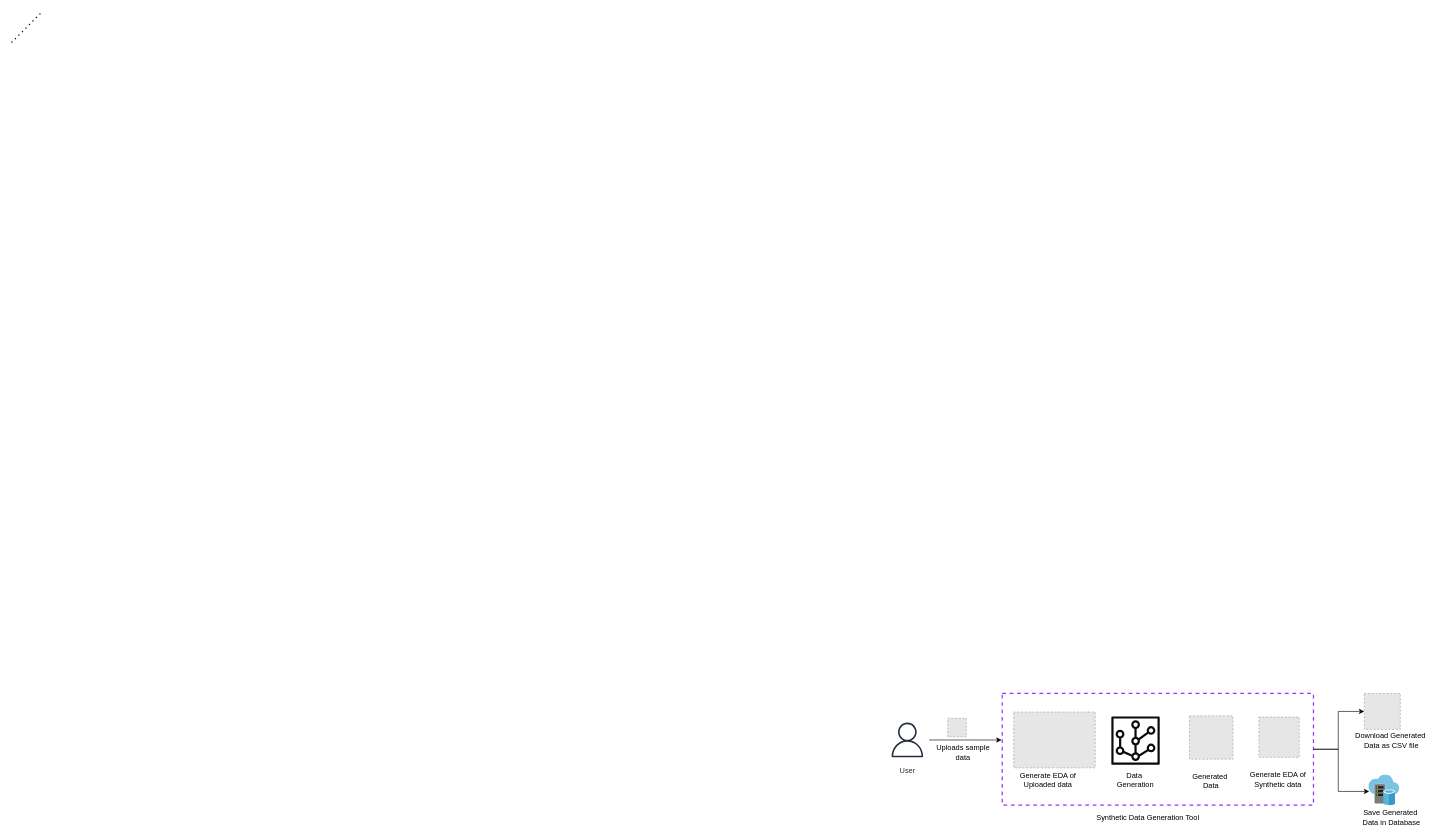
Earlier version of the draw.io diagram User_journey_flow.drawio (vadramson/Drawings). Source tidied: cells renumbered, new cells numbered last; positions are measured from the earlier drawing's top-left corner, leaving out a move shared by most shapes. Both pictures are drawn from the tidied source at 62%, with x=0, y=0 at pixel (11, 11). Pictures stored in the file or linked from it are replaced by grey dashed boxes.
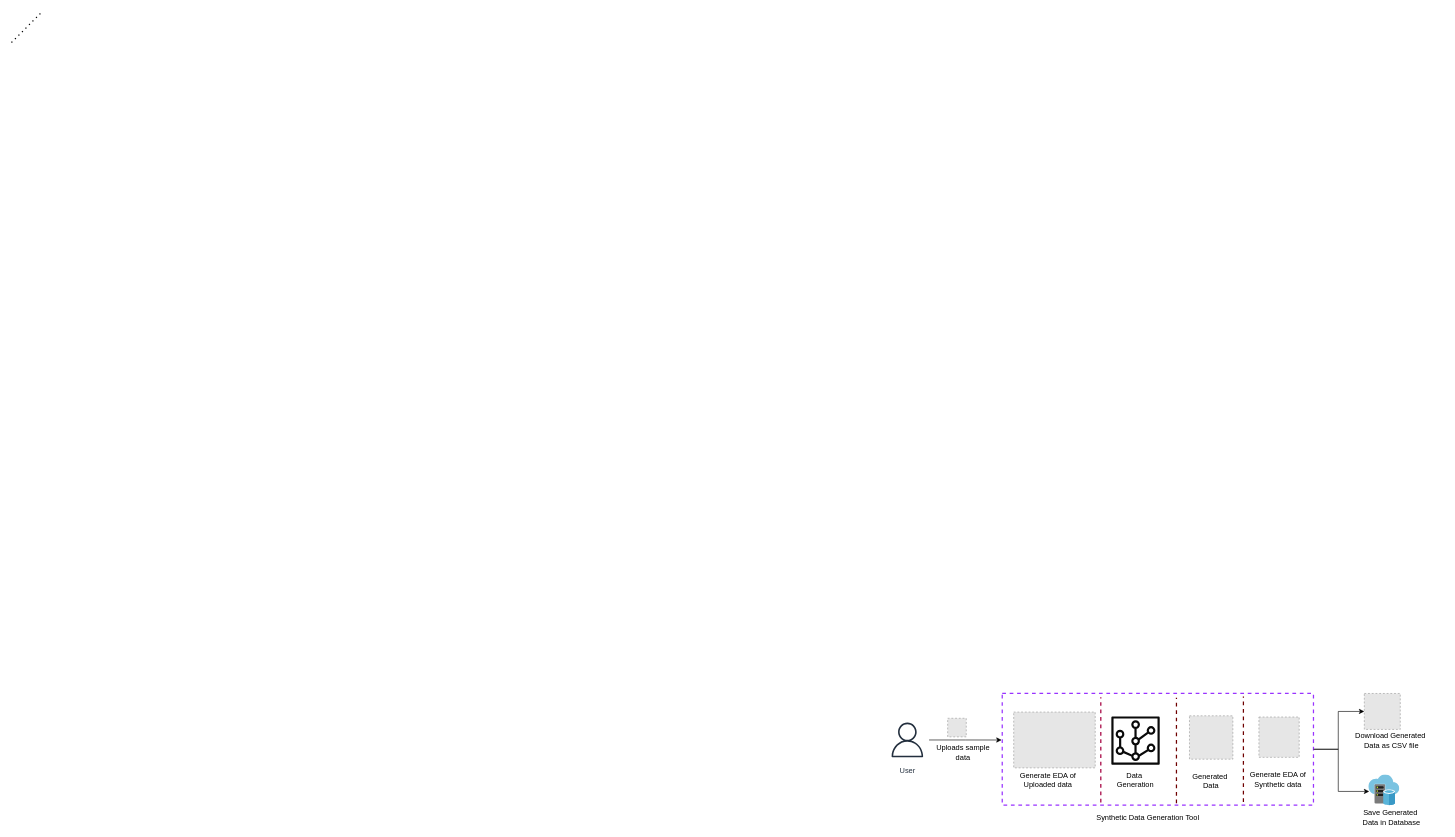
The same diagram, later.

Diff of the diagram source:
```diff
@@
+    <mxCell id="23" style="endArrow=none;dashed=1;html=1;rounded=0;strokeWidth=2;fillColor=#d80073;strokeColor=#A50040;" parent="1" edge="1">
+      <mxGeometry relative="1" as="geometry">
+        <mxPoint x="1757" y="1276" as="sourcePoint" />
+        <mxPoint x="1757" y="1106" as="targetPoint" />
+      </mxGeometry>
+    </mxCell>
+    <mxCell id="24" style="endArrow=none;dashed=1;html=1;rounded=0;strokeWidth=2;fillColor=#a20025;strokeColor=#6F0000;" parent="1" edge="1">
+      <mxGeometry relative="1" as="geometry">
+        <mxPoint x="1879" y="1277" as="sourcePoint" />
+        <mxPoint x="1879" y="1107" as="targetPoint" />
+      </mxGeometry>
+    </mxCell>
+    <mxCell id="25" style="endArrow=none;dashed=1;html=1;rounded=0;strokeWidth=2;fillColor=#a20025;strokeColor=#6F0000;" parent="1" edge="1">
+      <mxGeometry relative="1" as="geometry">
+        <mxPoint x="1987" y="1275" as="sourcePoint" />
+        <mxPoint x="1987" y="1105" as="targetPoint" />
+      </mxGeometry>
+    </mxCell>
```
